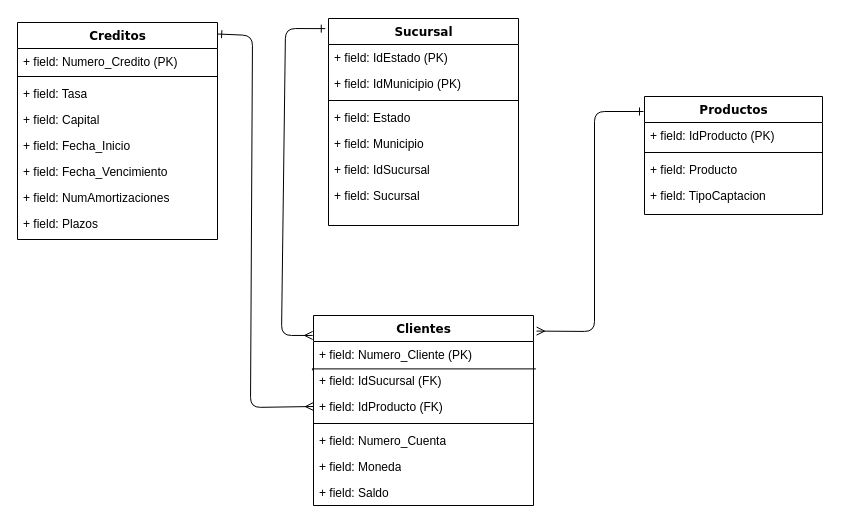
The draw.io diagram Diagrama sin título.drawio in nalrob/Aprendizaje-Automatico, before the edit. Source tidied: cells renumbered, new cells numbered last; positions are measured from the earlier drawing's top-left corner, leaving out a move shared by most shapes. Both pictures are drawn from the tidied source at 100%, with x=0, y=0 at pixel (17, 18).
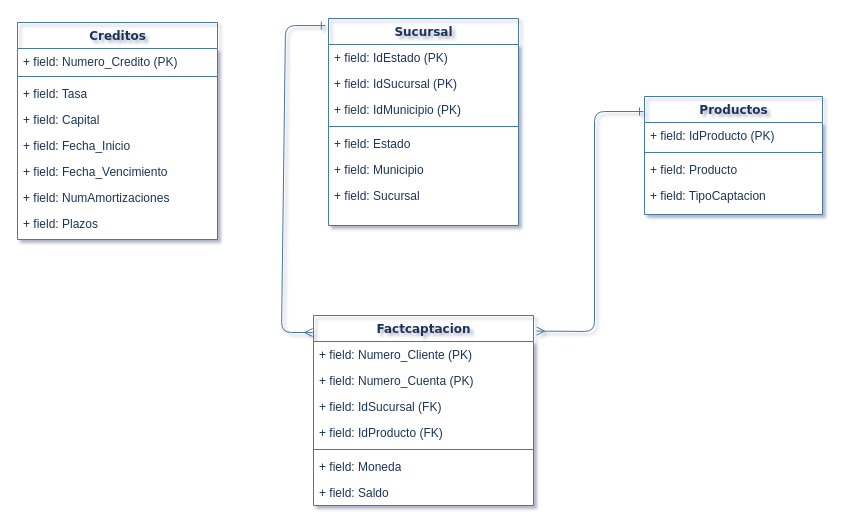
The same page after the edit.

Diff of the diagram source:
```diff
@@
-<mxGraphModel>
+<mxGraphModel shadow="1">
@@
-    <mxCell id="2" value="Creditos" style="swimlane;html=1;fontStyle=1;align=center;verticalAlign=top;horizontal=1;startSize=26;swimlaneFillColor=#ffffff;rounded=0;shadow=0;comic=0;labelBackgroundColor=none;strokeWidth=1;fillColor=none;fontFamily=Verdana;fontSize=12;" parent="1" vertex="1">
+    <mxCell id="2" value="Creditos" style="swimlane;html=1;fontStyle=1;align=center;verticalAlign=top;horizontal=1;startSize=26;swimlaneFillColor=#ffffff;rounded=0;shadow=0;comic=0;labelBackgroundColor=none;strokeWidth=1;fillColor=none;fontFamily=Verdana;fontSize=12;strokeColor=#457B9D;fontColor=#1D3557;" parent="1" vertex="1">
       <mxGeometry y="4" width="200" height="217" as="geometry" />
     </mxCell>
-    <mxCell id="3" value="+ field: Numero_Credito (PK)" style="text;html=1;strokeColor=none;fillColor=none;align=left;verticalAlign=top;spacingLeft=4;spacingRight=4;whiteSpace=wrap;overflow=hidden;" parent="2" vertex="1">
+    <mxCell id="3" value="+ field: Numero_Credito (PK)" style="text;html=1;strokeColor=none;fillColor=none;align=left;verticalAlign=top;spacingLeft=4;spacingRight=4;whiteSpace=wrap;overflow=hidden;labelBackgroundColor=none;fontColor=#1D3557;" parent="2" vertex="1">
       <mxGeometry y="26" width="200" height="24" as="geometry" />
     </mxCell>
-    <mxCell id="4" style="line;html=1;strokeWidth=1;fillColor=none;align=left;verticalAlign=middle;spacingTop=-1;spacingLeft=3;spacingRight=3;labelPosition=right;" parent="2" vertex="1">
+    <mxCell id="4" style="line;html=1;strokeWidth=1;fillColor=none;align=left;verticalAlign=middle;spacingTop=-1;spacingLeft=3;spacingRight=3;labelPosition=right;labelBackgroundColor=none;strokeColor=#457B9D;fontColor=#1D3557;" parent="2" vertex="1">
       <mxGeometry y="50" width="200" height="8" as="geometry" />
     </mxCell>
-    <mxCell id="5" value="+ field: Tasa" style="text;html=1;strokeColor=none;fillColor=none;align=left;verticalAlign=top;spacingLeft=4;spacingRight=4;whiteSpace=wrap;overflow=hidden;" parent="2" vertex="1">
+    <mxCell id="5" value="+ field: Tasa" style="text;html=1;strokeColor=none;fillColor=none;align=left;verticalAlign=top;spacingLeft=4;spacingRight=4;whiteSpace=wrap;overflow=hidden;labelBackgroundColor=none;fontColor=#1D3557;" parent="2" vertex="1">
       <mxGeometry y="58" width="200" height="26" as="geometry" />
     </mxCell>
-    <mxCell id="6" value="+ field: Capital" style="text;html=1;strokeColor=none;fillColor=none;align=left;verticalAlign=top;spacingLeft=4;spacingRight=4;whiteSpace=wrap;overflow=hidden;" parent="2" vertex="1">
+    <mxCell id="6" value="+ field: Capital" style="text;html=1;strokeColor=none;fillColor=none;align=left;verticalAlign=top;spacingLeft=4;spacingRight=4;whiteSpace=wrap;overflow=hidden;labelBackgroundColor=none;fontColor=#1D3557;" parent="2" vertex="1">
       <mxGeometry y="84" width="200" height="26" as="geometry" />
     </mxCell>
-    <mxCell id="7" value="+ field: Fecha_Inicio" style="text;html=1;strokeColor=none;fillColor=none;align=left;verticalAlign=top;spacingLeft=4;spacingRight=4;whiteSpace=wrap;overflow=hidden;" parent="2" vertex="1">
+    <mxCell id="7" value="+ field: Fecha_Inicio" style="text;html=1;strokeColor=none;fillColor=none;align=left;verticalAlign=top;spacingLeft=4;spacingRight=4;whiteSpace=wrap;overflow=hidden;labelBackgroundColor=none;fontColor=#1D3557;" parent="2" vertex="1">
       <mxGeometry y="110" width="200" height="26" as="geometry" />
     </mxCell>
-    <mxCell id="8" value="+ field: Fecha_Vencimiento" style="text;html=1;strokeColor=none;fillColor=none;align=left;verticalAlign=top;spacingLeft=4;spacingRight=4;whiteSpace=wrap;overflow=hidden;" parent="2" vertex="1">
+    <mxCell id="8" value="+ field: Fecha_Vencimiento" style="text;html=1;strokeColor=none;fillColor=none;align=left;verticalAlign=top;spacingLeft=4;spacingRight=4;whiteSpace=wrap;overflow=hidden;labelBackgroundColor=none;fontColor=#1D3557;" parent="2" vertex="1">
       <mxGeometry y="136" width="200" height="26" as="geometry" />
     </mxCell>
-    <mxCell id="9" value="+ field: NumAmortizaciones" style="text;html=1;strokeColor=none;fillColor=none;align=left;verticalAlign=top;spacingLeft=4;spacingRight=4;whiteSpace=wrap;overflow=hidden;" parent="2" vertex="1">
+    <mxCell id="9" value="+ field: NumAmortizaciones" style="text;html=1;strokeColor=none;fillColor=none;align=left;verticalAlign=top;spacingLeft=4;spacingRight=4;whiteSpace=wrap;overflow=hidden;labelBackgroundColor=none;fontColor=#1D3557;" parent="2" vertex="1">
       <mxGeometry y="162" width="200" height="26" as="geometry" />
     </mxCell>
-    <mxCell id="10" value="+ field: Plazos" style="text;html=1;strokeColor=none;fillColor=none;align=left;verticalAlign=top;spacingLeft=4;spacingRight=4;whiteSpace=wrap;overflow=hidden;" parent="2" vertex="1">
+    <mxCell id="10" value="+ field: Plazos" style="text;html=1;strokeColor=none;fillColor=none;align=left;verticalAlign=top;spacingLeft=4;spacingRight=4;whiteSpace=wrap;overflow=hidden;labelBackgroundColor=none;fontColor=#1D3557;" parent="2" vertex="1">
       <mxGeometry y="188" width="200" height="26" as="geometry" />
     </mxCell>
-    <mxCell id="11" value="Sucursal" style="swimlane;html=1;fontStyle=1;align=center;verticalAlign=top;horizontal=1;startSize=26;swimlaneFillColor=#ffffff;rounded=0;shadow=0;comic=0;labelBackgroundColor=none;strokeWidth=1;fillColor=none;fontFamily=Verdana;fontSize=12;" parent="1" vertex="1">
+    <mxCell id="11" value="Sucursal" style="swimlane;html=1;fontStyle=1;align=center;verticalAlign=top;horizontal=1;startSize=26;swimlaneFillColor=#ffffff;rounded=0;shadow=0;comic=0;labelBackgroundColor=none;strokeWidth=1;fillColor=none;fontFamily=Verdana;fontSize=12;strokeColor=#457B9D;fontColor=#1D3557;" parent="1" vertex="1">
       <mxGeometry x="311" width="190" height="207" as="geometry" />
     </mxCell>
-    <mxCell id="12" value="+ field: IdEstado (PK)" style="text;html=1;strokeColor=none;fillColor=none;align=left;verticalAlign=top;spacingLeft=4;spacingRight=4;whiteSpace=wrap;overflow=hidden;" parent="11" vertex="1">
+    <mxCell id="12" value="+ field: IdEstado (PK)" style="text;html=1;strokeColor=none;fillColor=none;align=left;verticalAlign=top;spacingLeft=4;spacingRight=4;whiteSpace=wrap;overflow=hidden;labelBackgroundColor=none;fontColor=#1D3557;" parent="11" vertex="1">
       <mxGeometry y="26" width="190" height="26" as="geometry" />
     </mxCell>
+    <mxCell id="17" value="+ field: IdSucursal (PK)" style="text;html=1;strokeColor=none;fillColor=none;align=left;verticalAlign=top;spacingLeft=4;spacingRight=4;whiteSpace=wrap;overflow=hidden;labelBackgroundColor=none;fontColor=#1D3557;" parent="11" vertex="1">
+      <mxGeometry y="52" width="190" height="26" as="geometry" />
+    </mxCell>
-    <mxCell id="13" value="+ field: IdMunicipio (PK)" style="text;html=1;strokeColor=none;fillColor=none;align=left;verticalAlign=top;spacingLeft=4;spacingRight=4;whiteSpace=wrap;overflow=hidden;" parent="11" vertex="1">
-      <mxGeometry y="52" width="190" height="26" as="geometry" />
+    <mxCell id="13" value="+ field: IdMunicipio (PK)" style="text;html=1;strokeColor=none;fillColor=none;align=left;verticalAlign=top;spacingLeft=4;spacingRight=4;whiteSpace=wrap;overflow=hidden;labelBackgroundColor=none;fontColor=#1D3557;" parent="11" vertex="1">
+      <mxGeometry y="78" width="190" height="26" as="geometry" />
     </mxCell>
-    <mxCell id="14" style="line;html=1;strokeWidth=1;fillColor=none;align=left;verticalAlign=middle;spacingTop=-1;spacingLeft=3;spacingRight=3;labelPosition=right;" parent="11" vertex="1">
-      <mxGeometry y="78" width="190" height="8" as="geometry" />
+    <mxCell id="14" style="line;html=1;strokeWidth=1;fillColor=none;align=left;verticalAlign=middle;spacingTop=-1;spacingLeft=3;spacingRight=3;labelPosition=right;labelBackgroundColor=none;strokeColor=#457B9D;fontColor=#1D3557;" parent="11" vertex="1">
+      <mxGeometry y="104" width="190" height="8" as="geometry" />
     </mxCell>
-    <mxCell id="15" value="+ field: Estado&amp;nbsp;" style="text;html=1;strokeColor=none;fillColor=none;align=left;verticalAlign=top;spacingLeft=4;spacingRight=4;whiteSpace=wrap;overflow=hidden;" parent="11" vertex="1">
-      <mxGeometry y="86" width="190" height="26" as="geometry" />
+    <mxCell id="15" value="+ field: Estado&amp;nbsp;" style="text;html=1;strokeColor=none;fillColor=none;align=left;verticalAlign=top;spacingLeft=4;spacingRight=4;whiteSpace=wrap;overflow=hidden;labelBackgroundColor=none;fontColor=#1D3557;" parent="11" vertex="1">
+      <mxGeometry y="112" width="190" height="26" as="geometry" />
     </mxCell>
-    <mxCell id="16" value="+ field: Municipio" style="text;html=1;strokeColor=none;fillColor=none;align=left;verticalAlign=top;spacingLeft=4;spacingRight=4;whiteSpace=wrap;overflow=hidden;" parent="11" vertex="1">
-      <mxGeometry y="112" width="190" height="26" as="geometry" />
+    <mxCell id="16" value="+ field: Municipio" style="text;html=1;strokeColor=none;fillColor=none;align=left;verticalAlign=top;spacingLeft=4;spacingRight=4;whiteSpace=wrap;overflow=hidden;labelBackgroundColor=none;fontColor=#1D3557;" parent="11" vertex="1">
+      <mxGeometry y="138" width="190" height="26" as="geometry" />
     </mxCell>
-    <mxCell id="17" value="+ field: IdSucursal" style="text;html=1;strokeColor=none;fillColor=none;align=left;verticalAlign=top;spacingLeft=4;spacingRight=4;whiteSpace=wrap;overflow=hidden;" parent="11" vertex="1">
-      <mxGeometry y="138" width="190" height="26" as="geometry" />
-    </mxCell>
-    <mxCell id="18" value="+ field: Sucursal" style="text;html=1;strokeColor=none;fillColor=none;align=left;verticalAlign=top;spacingLeft=4;spacingRight=4;whiteSpace=wrap;overflow=hidden;" parent="11" vertex="1">
+    <mxCell id="18" value="+ field: Sucursal" style="text;html=1;strokeColor=none;fillColor=none;align=left;verticalAlign=top;spacingLeft=4;spacingRight=4;whiteSpace=wrap;overflow=hidden;labelBackgroundColor=none;fontColor=#1D3557;" parent="11" vertex="1">
       <mxGeometry y="164" width="190" height="26" as="geometry" />
     </mxCell>
-    <mxCell id="19" value="Productos" style="swimlane;html=1;fontStyle=1;align=center;verticalAlign=top;horizontal=1;startSize=26;swimlaneFillColor=#ffffff;rounded=0;shadow=0;comic=0;labelBackgroundColor=none;strokeWidth=1;fillColor=none;fontFamily=Verdana;fontSize=12;" parent="1" vertex="1">
+    <mxCell id="19" value="Productos" style="swimlane;html=1;fontStyle=1;align=center;verticalAlign=top;horizontal=1;startSize=26;swimlaneFillColor=#ffffff;rounded=0;shadow=0;comic=0;labelBackgroundColor=none;strokeWidth=1;fillColor=none;fontFamily=Verdana;fontSize=12;strokeColor=#457B9D;fontColor=#1D3557;" parent="1" vertex="1">
       <mxGeometry x="627" y="78" width="178" height="118" as="geometry" />
     </mxCell>
-    <mxCell id="20" value="+ field: IdProducto (PK)" style="text;html=1;strokeColor=none;fillColor=none;align=left;verticalAlign=top;spacingLeft=4;spacingRight=4;whiteSpace=wrap;overflow=hidden;" parent="19" vertex="1">
+    <mxCell id="20" value="+ field: IdProducto (PK)" style="text;html=1;strokeColor=none;fillColor=none;align=left;verticalAlign=top;spacingLeft=4;spacingRight=4;whiteSpace=wrap;overflow=hidden;labelBackgroundColor=none;fontColor=#1D3557;" parent="19" vertex="1">
       <mxGeometry y="26" width="178" height="26" as="geometry" />
     </mxCell>
-    <mxCell id="21" style="line;html=1;strokeWidth=1;fillColor=none;align=left;verticalAlign=middle;spacingTop=-1;spacingLeft=3;spacingRight=3;labelPosition=right;" parent="19" vertex="1">
+    <mxCell id="21" style="line;html=1;strokeWidth=1;fillColor=none;align=left;verticalAlign=middle;spacingTop=-1;spacingLeft=3;spacingRight=3;labelPosition=right;labelBackgroundColor=none;strokeColor=#457B9D;fontColor=#1D3557;" parent="19" vertex="1">
       <mxGeometry y="52" width="178" height="8" as="geometry" />
     </mxCell>
-    <mxCell id="22" value="+ field: Producto" style="text;html=1;strokeColor=none;fillColor=none;align=left;verticalAlign=top;spacingLeft=4;spacingRight=4;whiteSpace=wrap;overflow=hidden;" parent="19" vertex="1">
+    <mxCell id="22" value="+ field: Producto" style="text;html=1;strokeColor=none;fillColor=none;align=left;verticalAlign=top;spacingLeft=4;spacingRight=4;whiteSpace=wrap;overflow=hidden;labelBackgroundColor=none;fontColor=#1D3557;" parent="19" vertex="1">
       <mxGeometry y="60" width="178" height="26" as="geometry" />
     </mxCell>
-    <mxCell id="23" value="+ field: TipoCaptacion" style="text;html=1;strokeColor=none;fillColor=none;align=left;verticalAlign=top;spacingLeft=4;spacingRight=4;whiteSpace=wrap;overflow=hidden;" parent="19" vertex="1">
+    <mxCell id="23" value="+ field: TipoCaptacion" style="text;html=1;strokeColor=none;fillColor=none;align=left;verticalAlign=top;spacingLeft=4;spacingRight=4;whiteSpace=wrap;overflow=hidden;labelBackgroundColor=none;fontColor=#1D3557;" parent="19" vertex="1">
       <mxGeometry y="86" width="178" height="26" as="geometry" />
     </mxCell>
-    <mxCell id="24" value="Clientes" style="swimlane;html=1;fontStyle=1;align=center;verticalAlign=top;horizontal=1;startSize=26;swimlaneFillColor=#ffffff;rounded=0;shadow=0;comic=0;labelBackgroundColor=none;strokeWidth=1;fillColor=none;fontFamily=Verdana;fontSize=12;" parent="1" vertex="1">
+    <mxCell id="24" value="Factcaptacion" style="swimlane;html=1;fontStyle=1;align=center;verticalAlign=top;horizontal=1;startSize=26;swimlaneFillColor=#ffffff;rounded=0;shadow=0;comic=0;labelBackgroundColor=none;strokeWidth=1;fillColor=none;fontFamily=Verdana;fontSize=12;strokeColor=#457B9D;fontColor=#1D3557;" parent="1" vertex="1">
       <mxGeometry x="296" y="297" width="220" height="190" as="geometry" />
     </mxCell>
-    <mxCell id="25" value="+ field: Numero_Cliente (PK)" style="text;html=1;strokeColor=none;fillColor=none;align=left;verticalAlign=top;spacingLeft=4;spacingRight=4;whiteSpace=wrap;overflow=hidden;points=[[0,0.5],[1,0.5]];portConstraint=eastwest;" parent="24" vertex="1">
+    <mxCell id="25" value="+ field: Numero_Cliente (PK)" style="text;html=1;strokeColor=none;fillColor=none;align=left;verticalAlign=top;spacingLeft=4;spacingRight=4;whiteSpace=wrap;overflow=hidden;points=[[0,0.5],[1,0.5]];portConstraint=eastwest;labelBackgroundColor=none;fontColor=#1D3557;" parent="24" vertex="1">
       <mxGeometry y="26" width="220" height="26" as="geometry" />
     </mxCell>
+    <mxCell id="29" value="+ field: Numero_Cuenta (PK)" style="text;html=1;strokeColor=none;fillColor=none;align=left;verticalAlign=top;spacingLeft=4;spacingRight=4;whiteSpace=wrap;overflow=hidden;labelBackgroundColor=none;fontColor=#1D3557;" parent="24" vertex="1">
+      <mxGeometry y="52" width="220" height="26" as="geometry" />
+    </mxCell>
-    <mxCell id="26" value="+ field: IdSucursal (FK)" style="text;html=1;strokeColor=none;fillColor=none;align=left;verticalAlign=top;spacingLeft=4;spacingRight=4;whiteSpace=wrap;overflow=hidden;points=[[0,0.5],[1,0.5]];portConstraint=eastwest;" parent="24" vertex="1">
-      <mxGeometry y="52" width="220" height="26" as="geometry" />
+    <mxCell id="26" value="+ field: IdSucursal (FK)" style="text;html=1;strokeColor=none;fillColor=none;align=left;verticalAlign=top;spacingLeft=4;spacingRight=4;whiteSpace=wrap;overflow=hidden;points=[[0,0.5],[1,0.5]];portConstraint=eastwest;labelBackgroundColor=none;fontColor=#1D3557;" parent="24" vertex="1">
+      <mxGeometry y="78" width="220" height="26" as="geometry" />
     </mxCell>
-    <mxCell id="27" value="+ field: IdProducto (FK)" style="text;html=1;strokeColor=none;fillColor=none;align=left;verticalAlign=top;spacingLeft=4;spacingRight=4;whiteSpace=wrap;overflow=hidden;points=[[0,0.5],[1,0.5]];portConstraint=eastwest;" parent="24" vertex="1">
-      <mxGeometry y="78" width="220" height="26" as="geometry" />
+    <mxCell id="27" value="+ field: IdProducto (FK)" style="text;html=1;strokeColor=none;fillColor=none;align=left;verticalAlign=top;spacingLeft=4;spacingRight=4;whiteSpace=wrap;overflow=hidden;points=[[0,0.5],[1,0.5]];portConstraint=eastwest;labelBackgroundColor=none;fontColor=#1D3557;" parent="24" vertex="1">
+      <mxGeometry y="104" width="220" height="26" as="geometry" />
     </mxCell>
-    <mxCell id="28" style="line;html=1;strokeWidth=1;fillColor=none;align=left;verticalAlign=middle;spacingTop=-1;spacingLeft=3;spacingRight=3;labelPosition=right;" parent="24" vertex="1">
-      <mxGeometry y="104" width="220" height="8" as="geometry" />
+    <mxCell id="28" style="line;html=1;strokeWidth=1;fillColor=none;align=left;verticalAlign=middle;spacingTop=-1;spacingLeft=3;spacingRight=3;labelPosition=right;labelBackgroundColor=none;strokeColor=#457B9D;fontColor=#1D3557;" parent="24" vertex="1">
+      <mxGeometry y="130" width="220" height="8" as="geometry" />
     </mxCell>
-    <mxCell id="29" value="+ field: Numero_Cuenta" style="text;html=1;strokeColor=none;fillColor=none;align=left;verticalAlign=top;spacingLeft=4;spacingRight=4;whiteSpace=wrap;overflow=hidden;" parent="24" vertex="1">
-      <mxGeometry y="112" width="220" height="26" as="geometry" />
-    </mxCell>
-    <mxCell id="30" value="+ field: Moneda" style="text;html=1;strokeColor=none;fillColor=none;align=left;verticalAlign=top;spacingLeft=4;spacingRight=4;whiteSpace=wrap;overflow=hidden;" parent="24" vertex="1">
+    <mxCell id="30" value="+ field: Moneda" style="text;html=1;strokeColor=none;fillColor=none;align=left;verticalAlign=top;spacingLeft=4;spacingRight=4;whiteSpace=wrap;overflow=hidden;labelBackgroundColor=none;fontColor=#1D3557;" parent="24" vertex="1">
       <mxGeometry y="138" width="220" height="26" as="geometry" />
     </mxCell>
-    <mxCell id="31" value="+ field: Saldo" style="text;html=1;strokeColor=none;fillColor=none;align=left;verticalAlign=top;spacingLeft=4;spacingRight=4;whiteSpace=wrap;overflow=hidden;" parent="24" vertex="1">
+    <mxCell id="31" value="+ field: Saldo" style="text;html=1;strokeColor=none;fillColor=none;align=left;verticalAlign=top;spacingLeft=4;spacingRight=4;whiteSpace=wrap;overflow=hidden;labelBackgroundColor=none;fontColor=#1D3557;" parent="24" vertex="1">
       <mxGeometry y="164" width="220" height="26" as="geometry" />
     </mxCell>
-    <mxCell id="32" style="endArrow=none;html=1;rounded=0;exitX=-0.007;exitY=1.085;exitDx=0;exitDy=0;exitPerimeter=0;" parent="24" edge="1" source="25" target="26">
-      <mxGeometry relative="1" as="geometry" />
-    </mxCell>
-    <mxCell id="33" style="endArrow=none;html=1;rounded=0;exitX=-0.007;exitY=1.054;exitDx=0;exitDy=0;exitPerimeter=0;entryX=1.011;entryY=0.054;entryDx=0;entryDy=0;entryPerimeter=0;" parent="24" edge="1" source="25" target="26">
-      <mxGeometry relative="1" as="geometry" />
-    </mxCell>
-    <mxCell id="34" style="endArrow=ERone;html=1;rounded=1;exitX=-0.004;exitY=0.105;exitDx=0;exitDy=0;entryX=-0.017;entryY=0.049;entryDx=0;entryDy=0;jumpStyle=arc;curved=0;startArrow=ERmany;startFill=0;endFill=0;exitPerimeter=0;entryPerimeter=0;" parent="1" edge="1" source="24" target="11">
+    <mxCell id="34" style="endArrow=ERone;html=1;rounded=1;exitX=-0.004;exitY=0.105;exitDx=0;exitDy=0;entryX=-0.017;entryY=0.049;entryDx=0;entryDy=0;jumpStyle=arc;curved=0;startArrow=ERmany;startFill=0;endFill=0;exitPerimeter=0;entryPerimeter=0;labelBackgroundColor=none;strokeColor=#457B9D;fontColor=default;" parent="1" edge="1">
       <mxGeometry relative="1" as="geometry">
+        <mxPoint x="295.1" y="314" as="sourcePoint" />
+        <mxPoint x="307.8" y="7.1" as="targetPoint" />
         <Array as="points">
-          <mxPoint x="264" y="317" />
-          <mxPoint x="268" y="10" />
+          <mxPoint x="264" y="314" />
+          <mxPoint x="268" y="7" />
         </Array>
       </mxGeometry>
     </mxCell>
-    <mxCell id="35" style="endArrow=ERone;html=1;rounded=1;jumpStyle=arc;curved=0;startArrow=ERmany;startFill=0;endFill=0;exitX=1.014;exitY=0.082;exitDx=0;exitDy=0;exitPerimeter=0;" parent="1" edge="1" source="24">
+    <mxCell id="35" style="endArrow=ERone;html=1;rounded=1;jumpStyle=arc;curved=0;startArrow=ERmany;startFill=0;endFill=0;exitX=1.014;exitY=0.082;exitDx=0;exitDy=0;exitPerimeter=0;labelBackgroundColor=none;strokeColor=#457B9D;fontColor=default;" parent="1" edge="1" source="24">
       <mxGeometry relative="1" as="geometry">
         <mxPoint x="626" y="93" as="targetPoint" />
         <Array as="points">
           <mxPoint x="577" y="313" />
           <mxPoint x="577" y="93" />
         </Array>
       </mxGeometry>
     </mxCell>
-    <mxCell id="36" style="endArrow=ERone;html=1;rounded=1;jumpStyle=arc;curved=0;startArrow=ERmany;startFill=0;endFill=0;exitX=0;exitY=0.5;exitDx=0;exitDy=0;entryX=1.001;entryY=0.053;entryDx=0;entryDy=0;entryPerimeter=0;" parent="1" edge="1" source="27" target="2">
-      <mxGeometry relative="1" as="geometry">
-        <Array as="points">
-          <mxPoint x="233" y="389" />
-          <mxPoint x="235" y="17" />
-        </Array>
-      </mxGeometry>
-    </mxCell>
```
